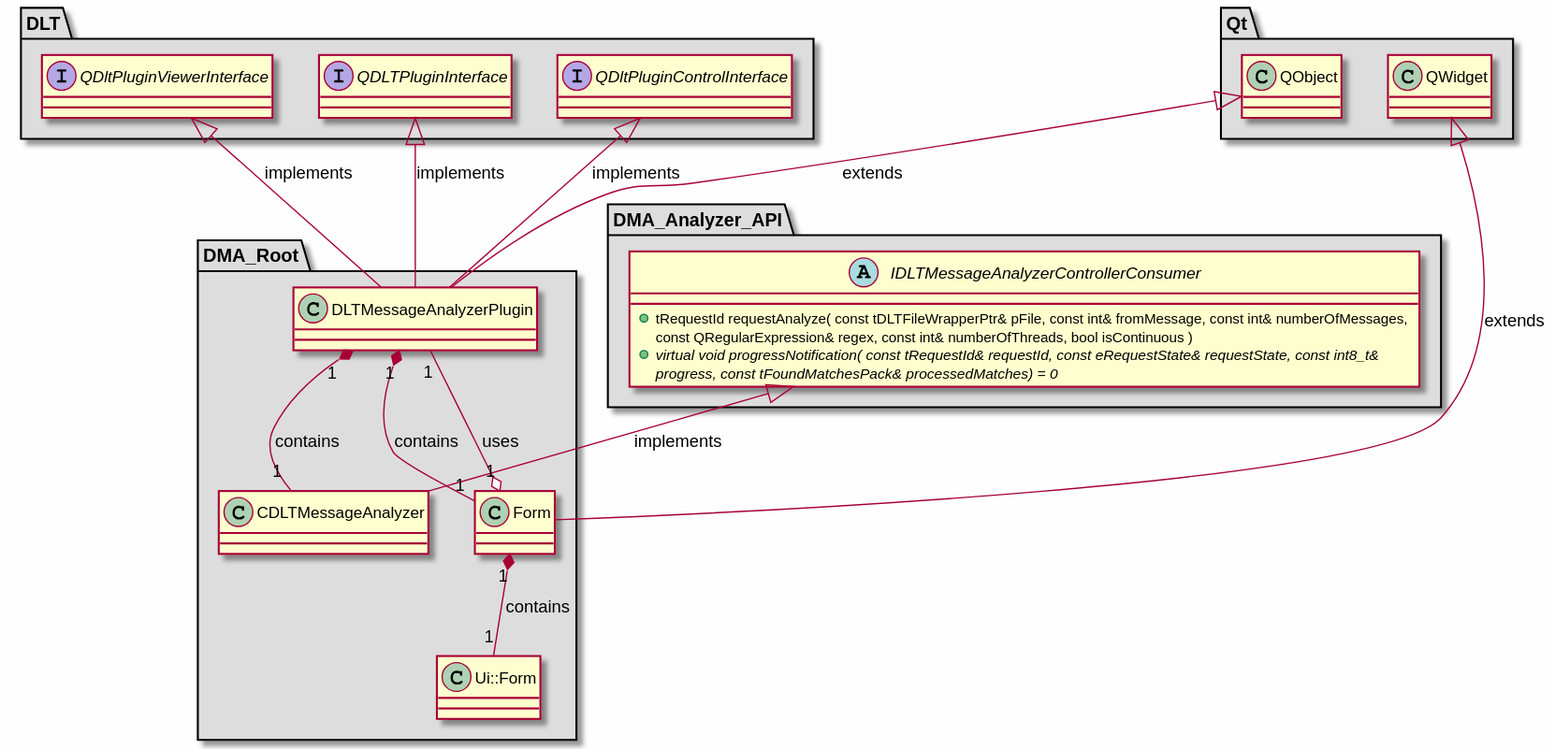
svlad-90/DLT-Message-Analyzer keeps this PlantUML diagram as md/dev_docs/puml/DMA_Root_standalone.svg. Above is the earlier version.
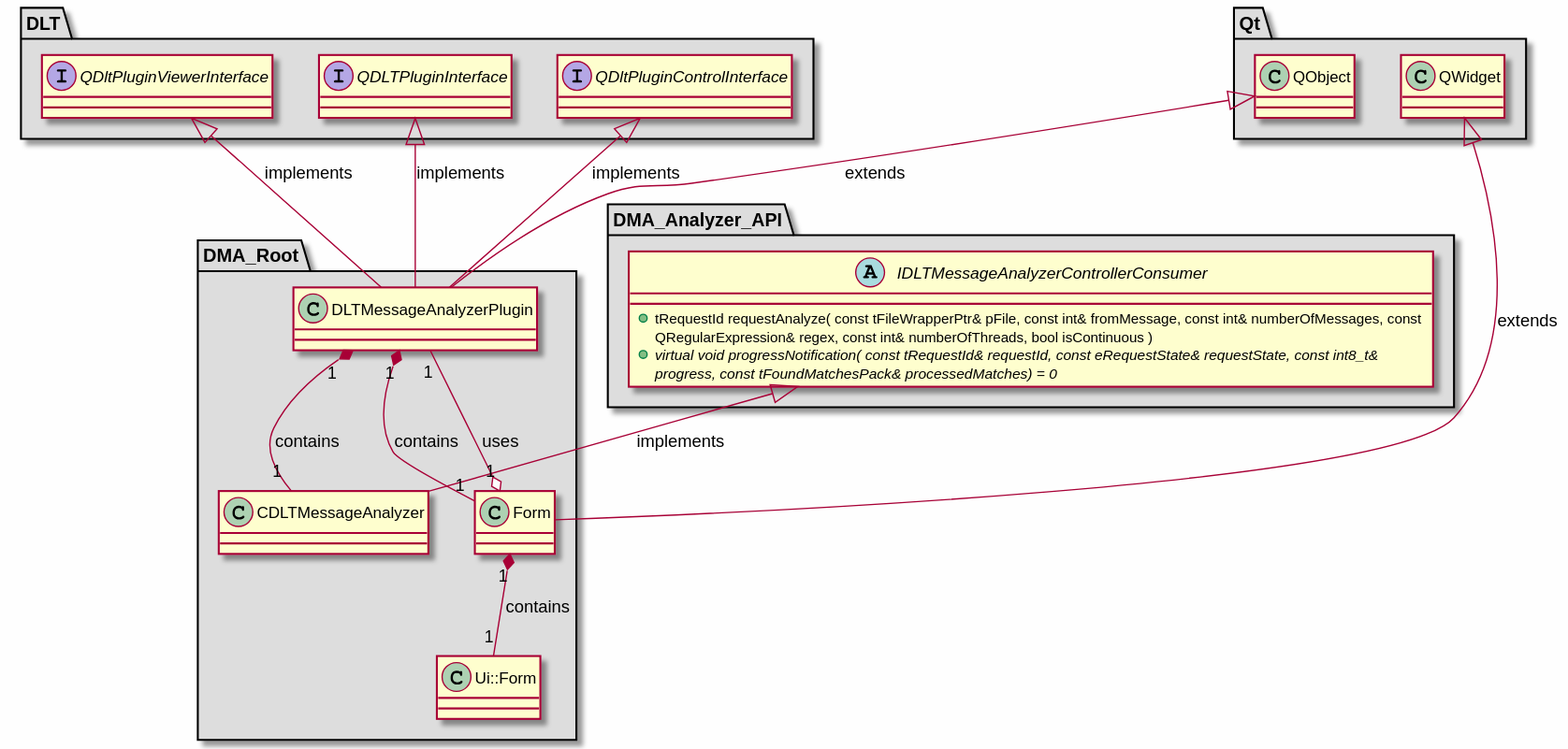
After the change.

What changed in the source:
```diff
@@ -24,7 +24,7 @@
 
 abstract class "IDLTMessageAnalyzerControllerConsumer"
 {
-    + tRequestId requestAnalyze( const tDLTFileWrapperPtr& pFile, const int& fromMessage, const int& numberOfMessages, const QRegularExpression& regex, const int& numberOfThreads, bool isContinuous )
+    + tRequestId requestAnalyze( const tFileWrapperPtr& pFile, const int& fromMessage, const int& numberOfMessages, const QRegularExpression& regex, const int& numberOfThreads, bool isContinuous )
     + {abstract} virtual void progressNotification( const tRequestId& requestId, const eRequestState& requestState, const int8_t& progress, const tFoundMatchesPack& processedMatches) = 0
 }
 
```
